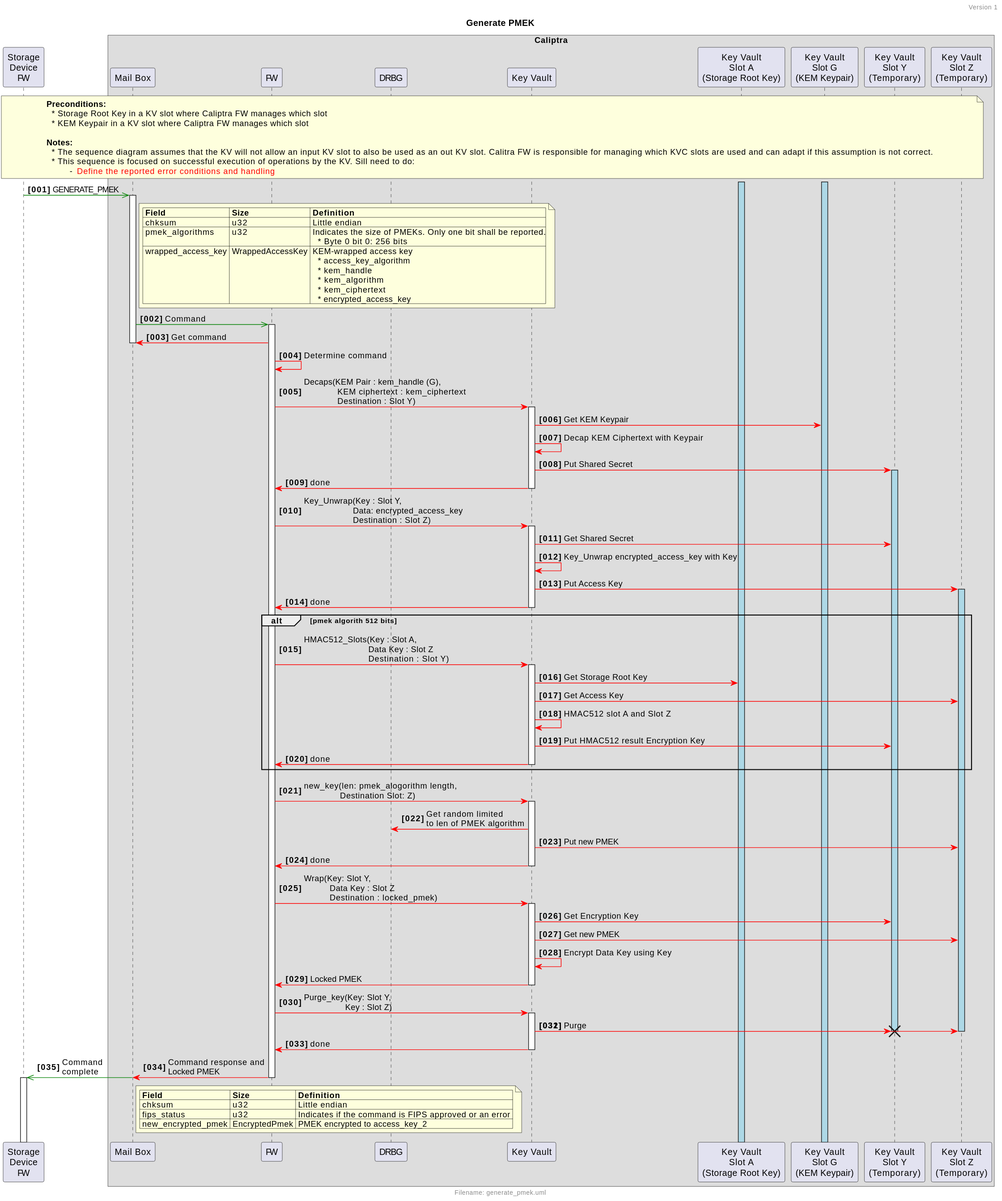
chipsalliance/Caliptra keeps this PlantUML diagram as doc/ocp_lock/diagrams/generate_pmek.svg. Above is the earlier version. Source of this version:
```plantuml
@startuml
!include ocp_lock_utils.inc

!$show_all = %true()

!if ($show_all)
    !$show_precond = %true()
    !$show_title = %true()
    !$show_api = %true()
    !$show_msg_parsing = %true()
    !$show_done = %true()
!else
    !$show_precond = %false()
    !$show_title = %false()
    !$show_api = %false()
    !$show_msg_parsing = %false()
    !$show_done = %false()
!endif


!if ($show_title)
    Title "Generate PMEK"
!endif

!if ($show_precond)
    note across
        <b>Preconditions:</b>
          * Storage Root Key in a KV slot where Caliptra FW manages which slot
          * KEM Keypair in a KV slot where Caliptra FW manages which slot

        <b>Notes:</b>
          * The sequence diagram assumes that the KV will not allow an input KV slot to also be used as an out KV slot. Calitra FW is responsible for managing which KVC slots are used and can adapt if this assumption is not correct.
          * This sequence is focused on successful execution of operations by the KV. Sill need to do:
                 - <font color=red>Define the reported error conditions and handling
    end note
!endif

srk++ $BUFFER_ACTIVATION
kemg++ $BUFFER_ACTIVATION

fw $async mb++ : GENERATE_PMEK

!if ($show_api)
    note right mb
        | <b>Field           | <b>Size          | <b>Definition |
        | chksum             | u32              | Little endian |
        | pmek_algorithms    | u32              | Indicates the size of PMEKs. Only one bit shall be reported.\n   * Byte 0 bit 0: 256 bits |
        | wrapped_access_key | WrappedAccessKey | KEM-wrapped access key\n   * access_key_algorithm\n   * kem_handle\n   * kem_algorithm\n   * kem_ciphertext\n   * encrypted_access_key |
    end note
!endif

mb $async cfw++ : Command

!if ($show_msg_parsing)
    cfw $sync mb : Get command
    mb--
    $self("cfw", "Determine command")
!else
    mb--
!endif

cfw $sync kv++: Decaps(KEM Pair : kem_handle (G),\n             KEM ciphertext : kem_ciphertext\n             Destination : Slot Y)
kv $sync kemg: Get KEM Keypair
kv $sync kv: Decap KEM Ciphertext with Keypair
kv $sync tempy: Put Shared Secret
tempy++ $BUFFER_ACTIVATION
!if ($show_done)
    kv $sync cfw-- : done
!else
    kv--
!endif


cfw $sync kv++: Key_Unwrap(Key : Slot Y,\n                   Data: encrypted_access_key\n                   Destination : Slot Z)
kv $sync tempy: Get Shared Secret
kv $sync kv: Key_Unwrap encrypted_access_key with Key
kv $sync tempz: Put Access Key
tempz++ $BUFFER_ACTIVATION
!if ($show_done)
    kv $sync cfw-- : done
!else
    kv--
!endif


alt pmek algorith 512 bits
    cfw $sync kv++: HMAC512_Slots(Key : Slot A,\n                         Data Key : Slot Z\n                         Destination :  Slot Y)
    kv $sync srk: Get Storage Root Key
    kv $sync tempz: Get Access Key
    kv $sync kv: HMAC512 slot A and Slot Z
    kv $sync tempy: Put HMAC512 result Encryption Key
    !if ($show_done)
        kv $sync cfw-- : done
    !else
        kv--
    !endif
end

cfw $sync kv++: new_key(len: pmek_alogorithm length,\n              Destination Slot: Z)
    kv $sync rand: Get random limited\nto len of PMEK algorithm
    kv $sync tempz: Put new PMEK
    !if ($show_done)
        kv $sync cfw-- : done
    !else
        kv--
    !endif

cfw $sync kv++: Wrap(Key: Slot Y,\n          Data Key : Slot Z\n          Destination : locked_pmek)
kv $sync tempy: Get Encryption Key
kv $sync tempz: Get new PMEK
kv $sync kv: Encrypt Data Key using Key
!if ($show_done)
    kv $sync cfw-- : Locked PMEK
!else
    kv--
!endif

cfw $sync kv++: Purge_key(Key: Slot Y,\n                Key : Slot Z)
kv $sync tempy !! : Purge
& kv $sync tempz !!
!if ($show_done)
    kv $sync cfw-- : done
!else
    kv--
!endif


cfw $sync mb : Command response and\nLocked PMEK
& mb $async fw++ : Command\ncomplete

!if ($show_api)
    note right mb
        | <b>Field           | <b>Size       | <b>Definition |
        | chksum             | u32           | Little endian |
        | fips_status        | u32           | Indicates if the command is FIPS approved or an error |
        | new_encrypted_pmek | EncryptedPmek | PMEK encrypted to access_key_2 |
    end note
!endif
cfw--

kv--
@enduml
```
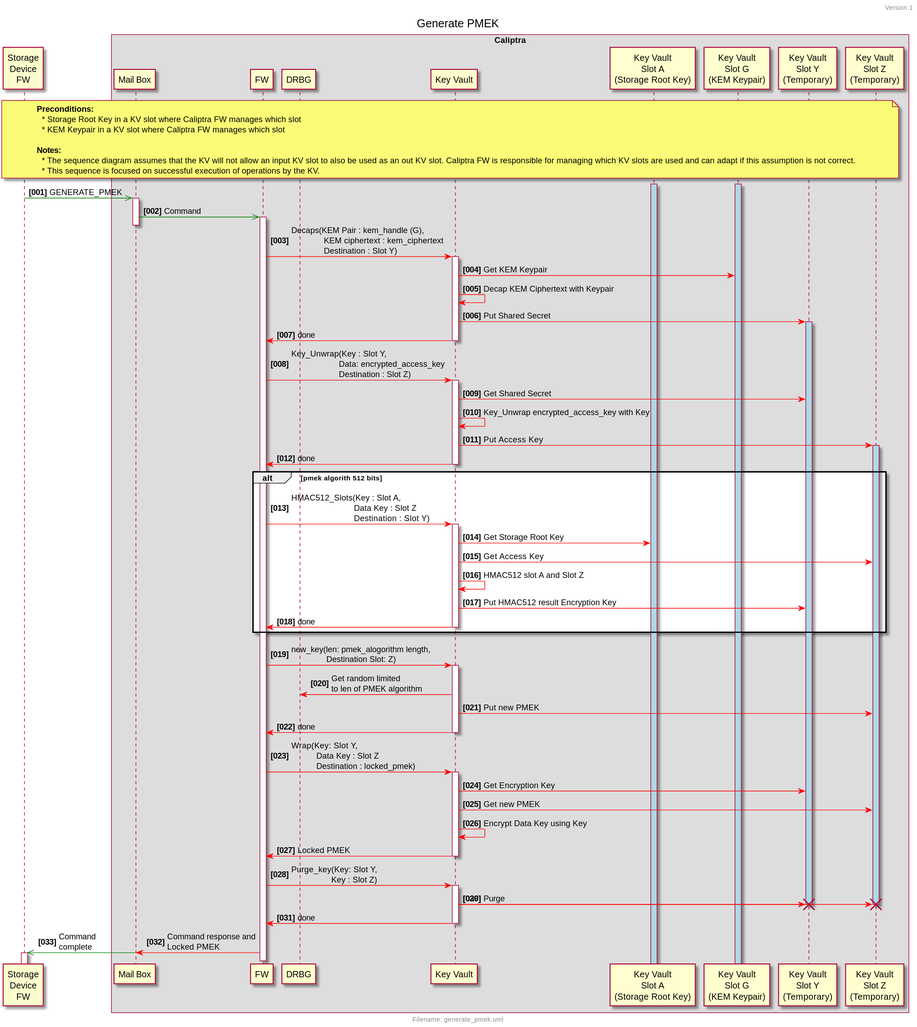
After the commit.

The edit, as a diff of the source:
```diff
@@ -1,22 +1,6 @@
 @startuml
+
 !include ocp_lock_utils.inc
-
-!$show_all = %true()
-
-!if ($show_all)
-    !$show_precond = %true()
-    !$show_title = %true()
-    !$show_api = %true()
-    !$show_msg_parsing = %true()
-    !$show_done = %true()
-!else
-    !$show_precond = %false()
-    !$show_title = %false()
-    !$show_api = %false()
-    !$show_msg_parsing = %false()
-    !$show_done = %false()
-!endif
-
 
 !if ($show_title)
     Title "Generate PMEK"
@@ -29,9 +13,8 @@
           * KEM Keypair in a KV slot where Caliptra FW manages which slot
 
         <b>Notes:</b>
-          * The sequence diagram assumes that the KV will not allow an input KV slot to also be used as an out KV slot. Calitra FW is responsible for managing which KVC slots are used and can adapt if this assumption is not correct.
-          * This sequence is focused on successful execution of operations by the KV. Sill need to do:
-                 - <font color=red>Define the reported error conditions and handling
+          * The sequence diagram assumes that the KV will not allow an input KV slot to also be used as an out KV slot. Caliptra FW is responsible for managing which KV slots are used and can adapt if this assumption is not correct.
+          * This sequence is focused on successful execution of operations by the KV.
     end note
 !endif
 
@@ -137,6 +120,6 @@
     end note
 !endif
 cfw--
+kv--
 
-kv--
 @enduml
```
